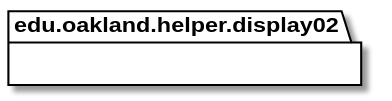
andrewdimmer/csi-3370-software-project keeps this PlantUML diagram as docs/uml-class-diagrams/display02/helper/Display02HelperPackage_DirectDependencies.svg. Above is the earlier version. The source it was exported from:
```plantuml
@startuml Display02HelperPackage_DirectDependencies

package edu.oakland.helper.display02 {

}


package edu.oakland.helper.display02 {

}


@enduml
```
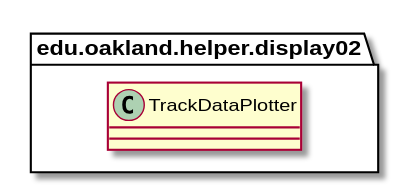
Later version of the same file.

Change to the diagram source:
```diff
@@ -10,4 +10,15 @@
 }
 
 
+package edu.oakland.helper.display02 {
+    class TrackDataPlotter {
+
+    }
+}
+
+
+
+
+
+
 @enduml
```
